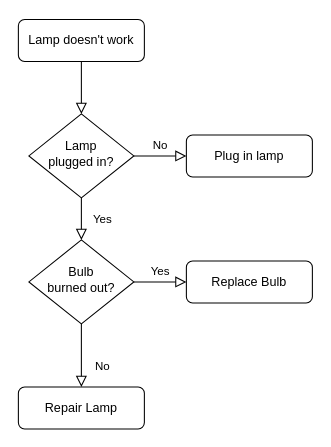
The draw.io diagram Untitled Diagram.drawio in atractorestudio/docs, before the edit. Source tidied: cells renumbered, new cells numbered last; positions are measured from the earlier drawing's top-left corner, leaving out a move shared by most shapes. Both pictures are drawn from the tidied source at 105%, with x=0, y=0 at pixel (18, 19).
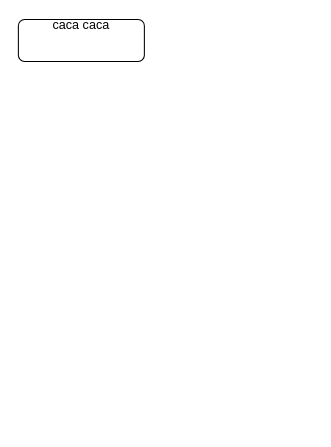
Above is the later version.

Diff of the diagram source:
```diff
@@
 <mxGraphModel>
   <root>
     <mxCell id="0" />
     <mxCell id="1" parent="0" />
-    <mxCell id="2" style="rounded=0;html=1;jettySize=auto;fontSize=11;endArrow=block;endFill=0;endSize=8;strokeWidth=1;shadow=0;labelBackgroundColor=none;edgeStyle=orthogonalEdgeStyle;" parent="1" edge="1" source="3" target="6">
-      <mxGeometry relative="1" as="geometry" />
-    </mxCell>
-    <mxCell id="3" value="Lamp doesn't work" style="rounded=1;whiteSpace=wrap;html=1;fontSize=12;glass=0;strokeWidth=1;shadow=0;" parent="1" vertex="1">
+    <mxCell id="3" value="&lt;div&gt;caca caca&lt;/div&gt;&lt;div&gt;&lt;br&gt;&lt;/div&gt;&lt;div&gt;&lt;br&gt;&lt;/div&gt;" style="rounded=1;whiteSpace=wrap;html=1;fontSize=12;glass=0;strokeWidth=1;shadow=0;" parent="1" vertex="1">
       <mxGeometry width="120" height="40" as="geometry" />
     </mxCell>
-    <mxCell id="4" value="Yes" style="rounded=0;html=1;jettySize=auto;fontSize=11;endArrow=block;endFill=0;endSize=8;strokeWidth=1;shadow=0;labelBackgroundColor=none;edgeStyle=orthogonalEdgeStyle;" parent="1" edge="1" source="6" target="10">
-      <mxGeometry y="20" relative="1" as="geometry" />
-    </mxCell>
-    <mxCell id="5" value="No" style="edgeStyle=orthogonalEdgeStyle;rounded=0;html=1;jettySize=auto;fontSize=11;endArrow=block;endFill=0;endSize=8;strokeWidth=1;shadow=0;labelBackgroundColor=none;" parent="1" edge="1" source="6" target="7">
-      <mxGeometry y="10" relative="1" as="geometry" />
-    </mxCell>
-    <mxCell id="6" value="Lamp&lt;br&gt;plugged in?" style="rhombus;whiteSpace=wrap;html=1;shadow=0;fontFamily=Helvetica;fontSize=12;align=center;strokeWidth=1;spacing=6;spacingTop=-4;" parent="1" vertex="1">
-      <mxGeometry x="10" y="90" width="100" height="80" as="geometry" />
-    </mxCell>
-    <mxCell id="7" value="Plug in lamp" style="rounded=1;whiteSpace=wrap;html=1;fontSize=12;glass=0;strokeWidth=1;shadow=0;" parent="1" vertex="1">
-      <mxGeometry x="160" y="110" width="120" height="40" as="geometry" />
-    </mxCell>
-    <mxCell id="8" value="No" style="rounded=0;html=1;jettySize=auto;fontSize=11;endArrow=block;endFill=0;endSize=8;strokeWidth=1;shadow=0;labelBackgroundColor=none;edgeStyle=orthogonalEdgeStyle;" parent="1" edge="1" source="10" target="11">
-      <mxGeometry x="0.33" y="20" relative="1" as="geometry" />
-    </mxCell>
-    <mxCell id="9" value="Yes" style="edgeStyle=orthogonalEdgeStyle;rounded=0;html=1;jettySize=auto;fontSize=11;endArrow=block;endFill=0;endSize=8;strokeWidth=1;shadow=0;labelBackgroundColor=none;" parent="1" edge="1" source="10" target="12">
-      <mxGeometry y="10" relative="1" as="geometry" />
-    </mxCell>
-    <mxCell id="10" value="Bulb&lt;br&gt;burned out?" style="rhombus;whiteSpace=wrap;html=1;shadow=0;fontFamily=Helvetica;fontSize=12;align=center;strokeWidth=1;spacing=6;spacingTop=-4;" parent="1" vertex="1">
-      <mxGeometry x="10" y="210" width="100" height="80" as="geometry" />
-    </mxCell>
-    <mxCell id="11" value="Repair Lamp" style="rounded=1;whiteSpace=wrap;html=1;fontSize=12;glass=0;strokeWidth=1;shadow=0;" parent="1" vertex="1">
-      <mxGeometry y="350" width="120" height="40" as="geometry" />
-    </mxCell>
-    <mxCell id="12" value="Replace Bulb" style="rounded=1;whiteSpace=wrap;html=1;fontSize=12;glass=0;strokeWidth=1;shadow=0;" parent="1" vertex="1">
-      <mxGeometry x="160" y="230" width="120" height="40" as="geometry" />
-    </mxCell>
   </root>
 </mxGraphModel>
```
